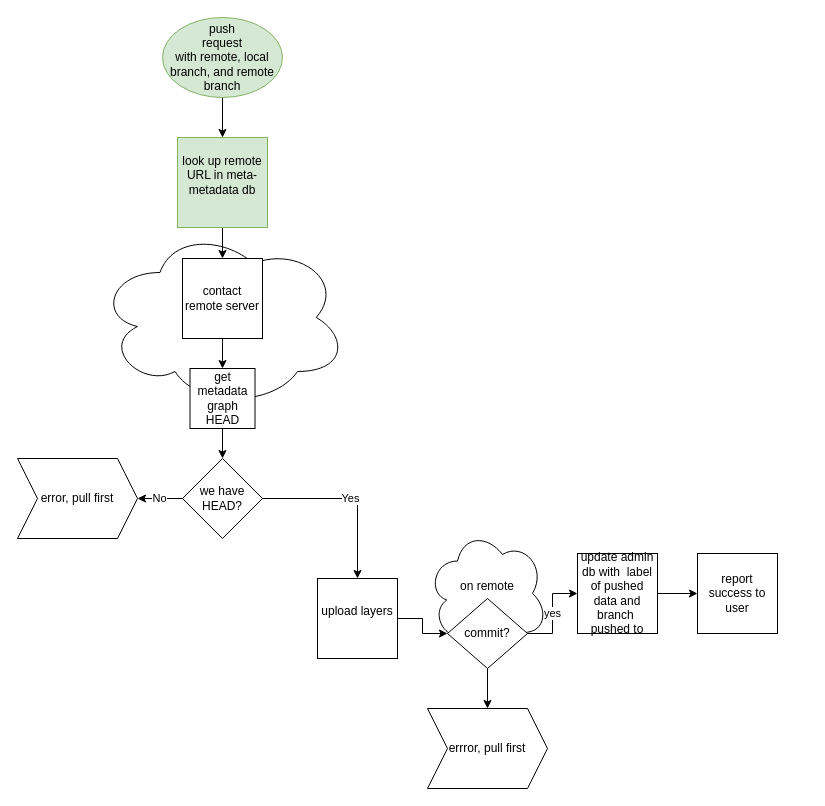
The draw.io diagram docs/architectural-diagrams/push.drawio in terminusdb/terminusdb, before the edit. Source tidied: cells renumbered, new cells numbered last; positions are measured from the earlier drawing's top-left corner, leaving out a move shared by most shapes. Both pictures are drawn from the tidied source at 100%, with x=0, y=0 at pixel (17, 17).
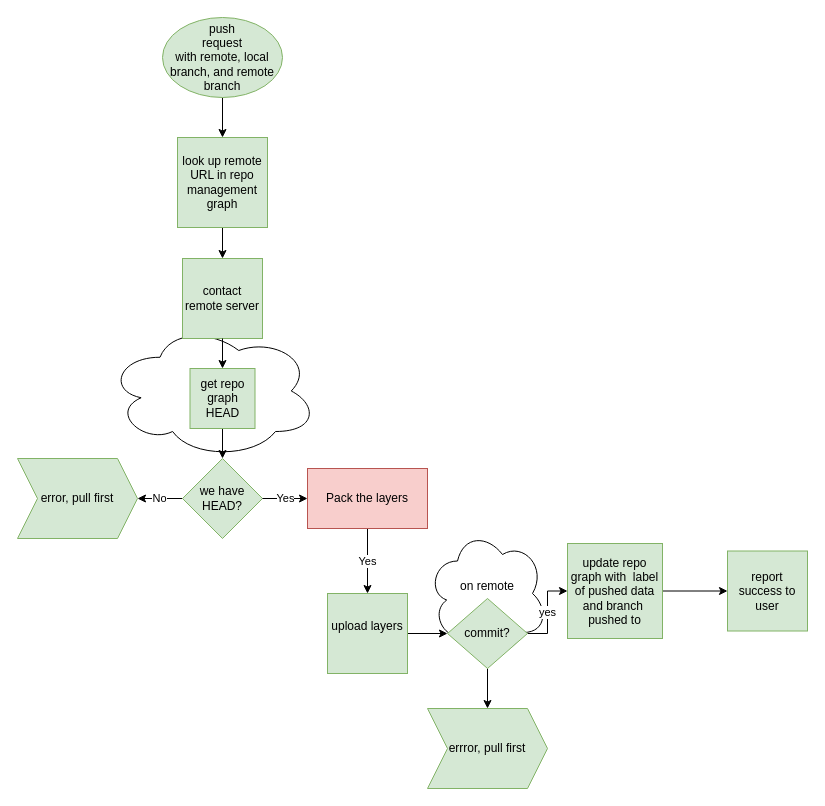
Above is the later version.

Commit message:
Update push.drawio: add colors and change graph names

Diff of the diagram source:
```diff
@@
     <mxCell id="2" style="ellipse;shape=cloud;whiteSpace=wrap;html=1;" parent="1" vertex="1">
-      <mxGeometry x="80" y="210" width="250" height="180" as="geometry" />
+      <mxGeometry x="90" y="306" width="210" height="135" as="geometry" />
     </mxCell>
@@
-    <mxCell id="6" value="&lt;div&gt;look up remote URL in meta-metadata db&lt;br&gt;&lt;/div&gt;&lt;div&gt;&lt;br&gt;&lt;/div&gt;" style="whiteSpace=wrap;html=1;fillColor=#d5e8d4;strokeColor=#82b366;" parent="1" vertex="1">
+    <mxCell id="6" value="&lt;div&gt;look up remote URL in repo management graph&lt;/div&gt;" style="whiteSpace=wrap;html=1;fillColor=#d5e8d4;strokeColor=#82b366;" parent="1" vertex="1">
       <mxGeometry x="160" y="120" width="90" height="90" as="geometry" />
     </mxCell>
@@
-    <mxCell id="8" value="contact remote server" style="whiteSpace=wrap;html=1;" parent="1" vertex="1">
+    <mxCell id="8" value="contact remote server" style="whiteSpace=wrap;html=1;fillColor=#d5e8d4;strokeColor=#82b366;" parent="1" vertex="1">
       <mxGeometry x="165" y="241" width="80" height="80" as="geometry" />
     </mxCell>
@@
-    <mxCell id="10" value="&lt;div&gt;upload layers&lt;/div&gt;&lt;div&gt;&lt;br&gt;&lt;/div&gt;" style="whiteSpace=wrap;html=1;" parent="1" vertex="1">
-      <mxGeometry x="300" y="561" width="80" height="80" as="geometry" />
+    <mxCell id="10" value="&lt;div&gt;upload layers&lt;/div&gt;&lt;div&gt;&lt;br&gt;&lt;/div&gt;" style="whiteSpace=wrap;html=1;fillColor=#d5e8d4;strokeColor=#82b366;" parent="1" vertex="1">
+      <mxGeometry x="310" y="576" width="80" height="80" as="geometry" />
     </mxCell>
@@
-    <mxCell id="12" value="&lt;div&gt;Yes&lt;/div&gt;" style="edgeStyle=orthogonalEdgeStyle;rounded=0;jettySize=auto;html=1;" parent="1" edge="1" source="13" target="10">
+    <mxCell id="12" value="&lt;div&gt;Yes&lt;/div&gt;" style="edgeStyle=orthogonalEdgeStyle;rounded=0;jettySize=auto;html=1;" parent="1" edge="1" source="25" target="10">
       <mxGeometry relative="1" as="geometry" />
     </mxCell>
-    <mxCell id="13" value="we have HEAD?" style="rhombus;whiteSpace=wrap;html=1;" parent="1" vertex="1">
+    <mxCell id="13" value="we have HEAD?" style="rhombus;whiteSpace=wrap;html=1;fillColor=#d5e8d4;strokeColor=#82b366;" parent="1" vertex="1">
       <mxGeometry x="165" y="441" width="80" height="80" as="geometry" />
     </mxCell>
-    <mxCell id="14" value="error, pull first" style="shape=step;perimeter=stepPerimeter;whiteSpace=wrap;html=1;fixedSize=1;" parent="1" vertex="1">
+    <mxCell id="14" value="error, pull first" style="shape=step;perimeter=stepPerimeter;whiteSpace=wrap;html=1;fixedSize=1;fillColor=#d5e8d4;strokeColor=#82b366;" parent="1" vertex="1">
       <mxGeometry y="441" width="120" height="80" as="geometry" />
     </mxCell>
-    <mxCell id="15" value="&lt;div&gt;report&lt;/div&gt;&lt;div&gt;success to user&lt;br&gt;&lt;/div&gt;" style="whiteSpace=wrap;html=1;" parent="1" vertex="1">
-      <mxGeometry x="680" y="536" width="80" height="80" as="geometry" />
+    <mxCell id="15" value="&lt;div&gt;report&lt;/div&gt;&lt;div&gt;success to user&lt;br&gt;&lt;/div&gt;" style="whiteSpace=wrap;html=1;fillColor=#d5e8d4;strokeColor=#82b366;" parent="1" vertex="1">
+      <mxGeometry x="710" y="533.5" width="80" height="80" as="geometry" />
     </mxCell>
@@
-    <mxCell id="19" value="&lt;div&gt;commit?&lt;/div&gt;" style="rhombus;whiteSpace=wrap;html=1;" parent="1" vertex="1">
+    <mxCell id="19" value="&lt;div&gt;commit?&lt;/div&gt;" style="rhombus;whiteSpace=wrap;html=1;fillColor=#d5e8d4;strokeColor=#82b366;" parent="1" vertex="1">
       <mxGeometry x="430" y="581" width="80" height="70" as="geometry" />
     </mxCell>
-    <mxCell id="20" value="errror, pull first" style="shape=step;perimeter=stepPerimeter;whiteSpace=wrap;html=1;fixedSize=1;" parent="1" vertex="1">
+    <mxCell id="20" value="errror, pull first" style="shape=step;perimeter=stepPerimeter;whiteSpace=wrap;html=1;fixedSize=1;fillColor=#d5e8d4;strokeColor=#82b366;" parent="1" vertex="1">
       <mxGeometry x="410" y="691" width="120" height="80" as="geometry" />
     </mxCell>
@@
-    <mxCell id="22" value="update admin db with&amp;nbsp; label of pushed data and branch&amp;nbsp; pushed to" style="whiteSpace=wrap;html=1;" parent="1" vertex="1">
-      <mxGeometry x="560" y="536" width="80" height="80" as="geometry" />
+    <mxCell id="22" value="update repo graph with&amp;nbsp; label of pushed data and branch&amp;nbsp; pushed to" style="whiteSpace=wrap;html=1;fillColor=#d5e8d4;strokeColor=#82b366;" parent="1" vertex="1">
+      <mxGeometry x="550" y="526" width="95" height="95" as="geometry" />
     </mxCell>
-    <mxCell id="23" value="&lt;span style=&quot;white-space: normal&quot;&gt;get metadata graph HEAD&lt;/span&gt;" style="rounded=0;whiteSpace=wrap;html=1;" parent="1" vertex="1">
+    <mxCell id="23" value="&lt;span style=&quot;white-space: normal&quot;&gt;get repo graph HEAD&lt;/span&gt;" style="rounded=0;whiteSpace=wrap;html=1;fillColor=#d5e8d4;strokeColor=#82b366;" parent="1" vertex="1">
       <mxGeometry x="172.5" y="351" width="65" height="60" as="geometry" />
     </mxCell>
@@
+    <mxCell id="25" value="Pack the layers" style="rounded=0;whiteSpace=wrap;html=1;fillColor=#f8cecc;strokeColor=#b85450;" parent="1" vertex="1">
+      <mxGeometry x="290" y="451" width="120" height="60" as="geometry" />
+    </mxCell>
+    <mxCell id="26" value="&lt;div&gt;Yes&lt;/div&gt;" style="edgeStyle=orthogonalEdgeStyle;rounded=0;jettySize=auto;html=1;" parent="1" edge="1" source="13" target="25">
+      <mxGeometry relative="1" as="geometry" />
+    </mxCell>
```
